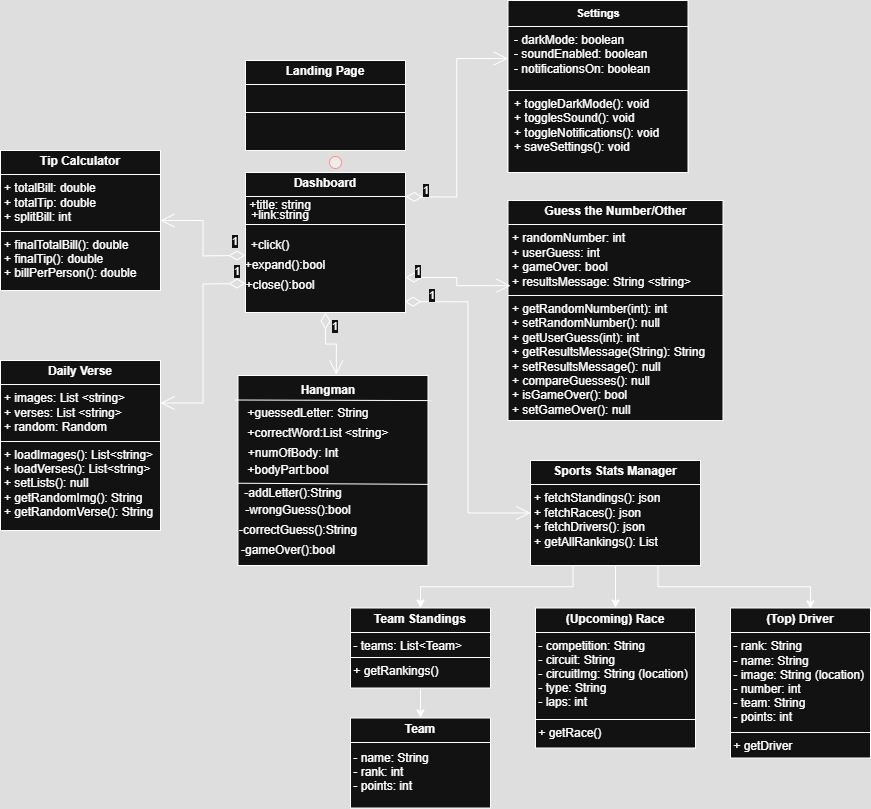
This is github_images/UML_Final_Project.png from aoverko/Software-Engineering-Final, a draw.io export, as it was before one commit. Source tidied: cells renumbered, new cells last; positions are measured from the earlier drawing's top-left corner, leaving out a move shared by most shapes.
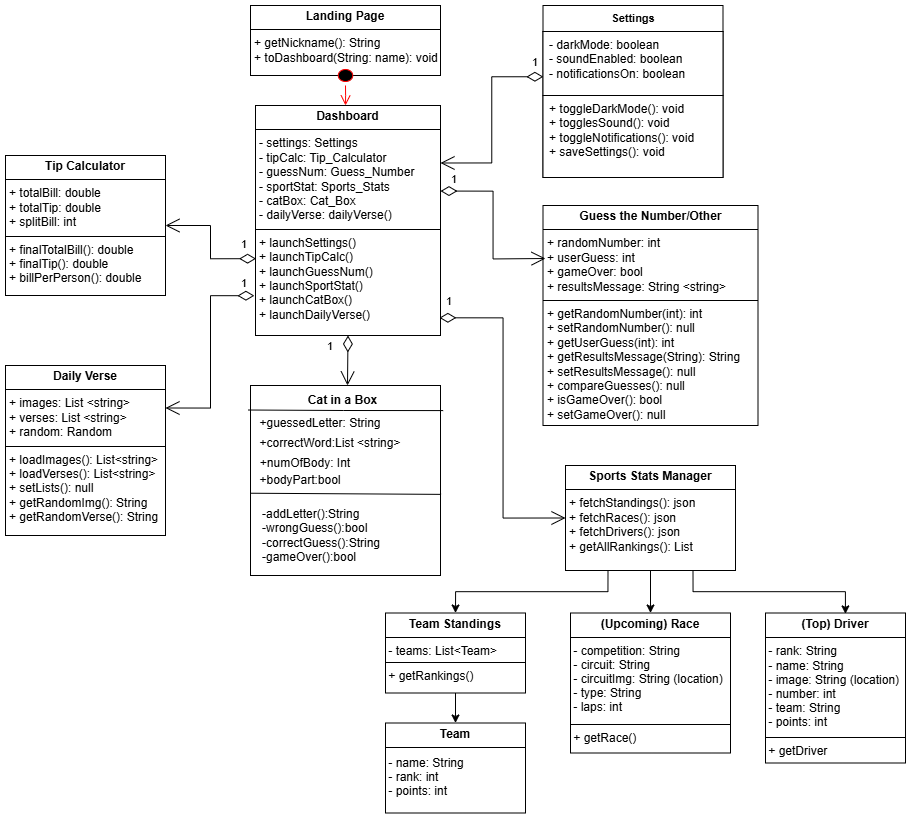
After the change.

Diff of the diagram source:
```diff
@@ -3,16 +3,16 @@
     <mxCell id="0" />
     <mxCell id="1" parent="0" />
     <mxCell id="2" style="ellipse;html=1;shape=startState;fillColor=#000000;strokeColor=#ff0000;" parent="1" vertex="1">
-      <mxGeometry x="325" y="152" width="20" height="20" as="geometry" />
+      <mxGeometry x="315" y="140" width="20" height="20" as="geometry" />
     </mxCell>
     <mxCell id="3" style="edgeStyle=orthogonalEdgeStyle;html=1;verticalAlign=bottom;endArrow=open;endSize=8;strokeColor=#ff0000;rounded=0;entryX=0.5;entryY=0;entryDx=0;entryDy=0;exitX=0.5;exitY=1;exitDx=0;exitDy=0;" parent="1" edge="1" source="2" target="37">
       <mxGeometry relative="1" as="geometry" />
     </mxCell>
     <mxCell id="4" value="&lt;p style=&quot;margin:0px;margin-top:4px;text-align:center;&quot;&gt;&lt;b&gt;Tip Calculator&lt;/b&gt;&lt;/p&gt;&lt;hr size=&quot;1&quot; style=&quot;border-style:solid;&quot;&gt;&lt;p style=&quot;margin:0px;margin-left:4px;&quot;&gt;+ totalBill: double&lt;/p&gt;&lt;p style=&quot;margin:0px;margin-left:4px;&quot;&gt;+ totalTip: double&lt;/p&gt;&lt;p style=&quot;margin:0px;margin-left:4px;&quot;&gt;+ splitBill: int&lt;/p&gt;&lt;hr size=&quot;1&quot; style=&quot;border-style:solid;&quot;&gt;&lt;p style=&quot;margin:0px;margin-left:4px;&quot;&gt;+ finalTotalBill(): double&lt;/p&gt;&lt;p style=&quot;margin:0px;margin-left:4px;&quot;&gt;+ finalTip(): double&lt;/p&gt;&lt;p style=&quot;margin:0px;margin-left:4px;&quot;&gt;+ billPerPerson(): double&lt;/p&gt;" style="verticalAlign=top;align=left;overflow=fill;html=1;whiteSpace=wrap;" parent="1" vertex="1">
-      <mxGeometry y="150" width="160" height="140" as="geometry" />
+      <mxGeometry x="-30" y="150" width="160" height="140" as="geometry" />
     </mxCell>
     <mxCell id="5" value="&lt;p style=&quot;margin:0px;margin-top:4px;text-align:center;&quot;&gt;&lt;b&gt;Daily Verse&lt;/b&gt;&lt;/p&gt;&lt;hr size=&quot;1&quot; style=&quot;border-style:solid;&quot;&gt;&lt;p style=&quot;margin:0px;margin-left:4px;&quot;&gt;+ images: List &amp;lt;string&amp;gt;&lt;/p&gt;&lt;p style=&quot;margin:0px;margin-left:4px;&quot;&gt;+ verses: List &amp;lt;string&amp;gt;&lt;/p&gt;&lt;p style=&quot;margin:0px;margin-left:4px;&quot;&gt;+ random: Random&lt;/p&gt;&lt;hr size=&quot;1&quot; style=&quot;border-style:solid;&quot;&gt;&lt;p style=&quot;margin:0px;margin-left:4px;&quot;&gt;+ loadImages(): List&amp;lt;string&amp;gt;&lt;/p&gt;&lt;p style=&quot;margin:0px;margin-left:4px;&quot;&gt;+ loadVerses(): List&amp;lt;string&amp;gt;&lt;/p&gt;&lt;p style=&quot;margin:0px;margin-left:4px;&quot;&gt;+ setLists(): null&lt;/p&gt;&lt;p style=&quot;margin:0px;margin-left:4px;&quot;&gt;+ getRandomImg(): String&lt;/p&gt;&lt;p style=&quot;margin:0px;margin-left:4px;&quot;&gt;+ getRandomVerse(): String&lt;/p&gt;" style="verticalAlign=top;align=left;overflow=fill;html=1;whiteSpace=wrap;" parent="1" vertex="1">
-      <mxGeometry y="360" width="160" height="170" as="geometry" />
+      <mxGeometry x="-30" y="360" width="160" height="170" as="geometry" />
     </mxCell>
     <mxCell id="6" value="&lt;p style=&quot;margin:0px;margin-top:4px;text-align:center;&quot;&gt;&lt;b&gt;Sports Stats Manager&lt;/b&gt;&lt;/p&gt;&lt;hr size=&quot;1&quot; style=&quot;border-style:solid;&quot;&gt;&lt;p style=&quot;margin:0px;margin-left:4px;&quot;&gt;&lt;span style=&quot;background-color: transparent; color: light-dark(rgb(0, 0, 0), rgb(255, 255, 255));&quot;&gt;+ fetchStandings(): json&lt;/span&gt;&lt;/p&gt;&lt;p style=&quot;margin:0px;margin-left:4px;&quot;&gt;&lt;span style=&quot;background-color: transparent; color: light-dark(rgb(0, 0, 0), rgb(255, 255, 255));&quot;&gt;+ fetchRaces(): json&lt;/span&gt;&lt;/p&gt;&lt;p style=&quot;margin:0px;margin-left:4px;&quot;&gt;&lt;span style=&quot;background-color: transparent; color: light-dark(rgb(0, 0, 0), rgb(255, 255, 255));&quot;&gt;+ fetchDrivers(): json&lt;/span&gt;&lt;/p&gt;&lt;p style=&quot;margin:0px;margin-left:4px;&quot;&gt;&lt;span style=&quot;background-color: transparent; color: light-dark(rgb(0, 0, 0), rgb(255, 255, 255));&quot;&gt;+ getAllRankings(): List&lt;/span&gt;&lt;/p&gt;" style="verticalAlign=top;align=left;overflow=fill;html=1;whiteSpace=wrap;" parent="1" vertex="1">
       <mxGeometry x="530" y="460" width="170" height="105" as="geometry" />
@@ -20,26 +20,14 @@
     <mxCell id="7" value="&lt;p style=&quot;margin:0px;margin-top:4px;text-align:center;&quot;&gt;&lt;b&gt;Guess the Number/Other&lt;/b&gt;&lt;/p&gt;&lt;hr size=&quot;1&quot; style=&quot;border-style:solid;&quot;&gt;&lt;p style=&quot;margin:0px;margin-left:4px;&quot;&gt;+ randomNumber: int&lt;/p&gt;&lt;p style=&quot;margin:0px;margin-left:4px;&quot;&gt;+ userGuess: int&lt;/p&gt;&lt;p style=&quot;margin:0px;margin-left:4px;&quot;&gt;+ gameOver: bool&lt;br&gt;&lt;/p&gt;&lt;p style=&quot;margin:0px;margin-left:4px;&quot;&gt;+ resultsMessage: String &amp;lt;string&amp;gt;&lt;/p&gt;&lt;hr size=&quot;1&quot; style=&quot;border-style:solid;&quot;&gt;&lt;p style=&quot;margin:0px;margin-left:4px;&quot;&gt;+ getRandomNumber(int): int&lt;/p&gt;&lt;p style=&quot;margin:0px;margin-left:4px;&quot;&gt;+ setRandomNumber(): null&lt;/p&gt;&lt;p style=&quot;margin:0px;margin-left:4px;&quot;&gt;+ getUserGuess(int): int&lt;/p&gt;&lt;p style=&quot;margin:0px;margin-left:4px;&quot;&gt;+ getResultsMessage(String): String&lt;/p&gt;&lt;p style=&quot;margin:0px;margin-left:4px;&quot;&gt;+ setResultsMessage(): null&lt;/p&gt;&lt;p style=&quot;margin:0px;margin-left:4px;&quot;&gt;+ compareGuesses(): null&lt;/p&gt;&lt;p style=&quot;margin:0px;margin-left:4px;&quot;&gt;+ isGameOver(): bool&lt;/p&gt;&lt;p style=&quot;margin:0px;margin-left:4px;&quot;&gt;+ setGameOver(): null&lt;/p&gt;" style="verticalAlign=top;align=left;overflow=fill;html=1;whiteSpace=wrap;" parent="1" vertex="1">
       <mxGeometry x="507.5" y="200" width="215" height="220" as="geometry" />
     </mxCell>
-    <mxCell id="8" value="1" style="endArrow=open;html=1;endSize=12;startArrow=diamondThin;startSize=14;startFill=0;edgeStyle=orthogonalEdgeStyle;align=left;verticalAlign=bottom;rounded=0;entryX=1.006;entryY=0.152;entryDx=0;entryDy=0;entryPerimeter=0;exitX=0.002;exitY=0.707;exitDx=0;exitDy=0;exitPerimeter=0;" parent="1" edge="1" source="21" target="36">
+    <mxCell id="8" value="1" style="endArrow=open;html=1;endSize=12;startArrow=diamondThin;startSize=14;startFill=0;edgeStyle=orthogonalEdgeStyle;align=left;verticalAlign=bottom;rounded=0;entryX=1;entryY=0.25;entryDx=0;entryDy=0;exitX=0.002;exitY=0.707;exitDx=0;exitDy=0;exitPerimeter=0;" parent="1" edge="1" source="21" target="37">
       <mxGeometry x="-0.86" y="-5" relative="1" as="geometry" />
     </mxCell>
-    <mxCell id="9" value="1" style="endArrow=open;html=1;endSize=12;startArrow=diamondThin;startSize=14;startFill=0;edgeStyle=orthogonalEdgeStyle;align=left;verticalAlign=bottom;rounded=0;entryX=0;entryY=0.25;entryDx=0;entryDy=0;exitX=0.99;exitY=0.697;exitDx=0;exitDy=0;exitPerimeter=0;" parent="1" edge="1" source="37" target="6">
-      <mxGeometry x="-0.96" y="3" relative="1" as="geometry">
-        <Array as="points">
-          <mxPoint x="450" y="283" />
-          <mxPoint x="450" y="486" />
-        </Array>
-      </mxGeometry>
-    </mxCell>
-    <mxCell id="10" value="1" style="endArrow=open;html=1;endSize=12;startArrow=diamondThin;startSize=14;startFill=0;edgeStyle=orthogonalEdgeStyle;align=left;verticalAlign=bottom;rounded=0;exitX=0;exitY=0.5;exitDx=0;exitDy=0;entryX=1;entryY=0.25;entryDx=0;entryDy=0;" parent="1" edge="1" target="5">
-      <mxGeometry x="-0.86" y="-3" relative="1" as="geometry">
-        <mxPoint x="245" y="283" as="sourcePoint" />
-      </mxGeometry>
+    <mxCell id="10" value="1" style="endArrow=open;html=1;endSize=12;startArrow=diamondThin;startSize=14;startFill=0;edgeStyle=orthogonalEdgeStyle;align=left;verticalAlign=bottom;rounded=0;exitX=-0.006;exitY=0.827;exitDx=0;exitDy=0;entryX=1;entryY=0.25;entryDx=0;entryDy=0;exitPerimeter=0;" parent="1" edge="1" source="37" target="5">
+      <mxGeometry x="-0.86" y="-3" relative="1" as="geometry" />
     </mxCell>
-    <mxCell id="11" value="1" style="endArrow=open;html=1;endSize=12;startArrow=diamondThin;startSize=14;startFill=0;edgeStyle=orthogonalEdgeStyle;align=left;verticalAlign=bottom;rounded=0;exitX=0;exitY=0.728;exitDx=0;exitDy=0;entryX=1;entryY=0.5;entryDx=0;entryDy=0;exitPerimeter=0;" parent="1" edge="1" target="4">
-      <mxGeometry x="-0.75" y="-5" relative="1" as="geometry">
-        <mxPoint x="245" y="254.9" as="sourcePoint" />
-      </mxGeometry>
+    <mxCell id="11" value="1" style="endArrow=open;html=1;endSize=12;startArrow=diamondThin;startSize=14;startFill=0;edgeStyle=orthogonalEdgeStyle;align=left;verticalAlign=bottom;rounded=0;exitX=0.003;exitY=0.666;exitDx=0;exitDy=0;entryX=1;entryY=0.5;entryDx=0;entryDy=0;exitPerimeter=0;" parent="1" edge="1" source="37" target="4">
+      <mxGeometry x="-0.75" y="-5" relative="1" as="geometry" />
     </mxCell>
     <mxCell id="12" style="edgeStyle=orthogonalEdgeStyle;rounded=0;jettySize=auto;html=1;exitX=0.5;exitY=1;exitDx=0;exitDy=0;entryX=0.5;entryY=0;entryDx=0;entryDy=0;" parent="1" edge="1" source="13" target="19">
       <mxGeometry relative="1" as="geometry" />
@@ -75,13 +63,13 @@
       <mxGeometry y="90" width="180" height="82" as="geometry" />
     </mxCell>
     <mxCell id="23" style="group;" parent="1" vertex="1">
-      <mxGeometry x="222.5" y="375" width="205" height="190" as="geometry" />
+      <mxGeometry x="200" y="380" width="205" height="190" as="geometry" />
     </mxCell>
     <mxCell id="24" style="whiteSpace=wrap;html=1;" parent="23" vertex="1">
       <mxGeometry x="15" width="190" height="190" as="geometry" />
     </mxCell>
-    <mxCell id="25" value="&lt;b&gt;Hangman&lt;/b&gt;" style="text;strokeColor=none;align=center;fillColor=none;html=1;verticalAlign=middle;whiteSpace=wrap;rounded=0;" parent="23" vertex="1">
-      <mxGeometry x="75" width="60" height="30" as="geometry" />
+    <mxCell id="25" value="&lt;b&gt;Cat in a Box&lt;/b&gt;" style="text;strokeColor=none;align=center;fillColor=none;html=1;verticalAlign=middle;whiteSpace=wrap;rounded=0;" parent="23" vertex="1">
+      <mxGeometry x="65" width="85" height="30" as="geometry" />
     </mxCell>
     <mxCell id="26" value="+guessedLetter: String" style="text;html=1;align=center;verticalAlign=middle;whiteSpace=wrap;rounded=0;" parent="23" vertex="1">
       <mxGeometry x="20" y="22.5" width="130" height="30" as="geometry" />
@@ -89,67 +77,51 @@
     <mxCell id="27" value="+correctWord:List &amp;lt;string&amp;gt;" style="text;html=1;align=center;verticalAlign=middle;whiteSpace=wrap;rounded=0;" parent="23" vertex="1">
       <mxGeometry x="15" y="42.5" width="160" height="30" as="geometry" />
     </mxCell>
-    <mxCell id="28" value="-addLetter():String" style="text;html=1;align=center;verticalAlign=middle;whiteSpace=wrap;rounded=0;" parent="23" vertex="1">
-      <mxGeometry y="102.5" width="140" height="30" as="geometry" />
+    <mxCell id="28" value="-addLetter():String&lt;div&gt;-wrongGuess():bool&lt;/div&gt;&lt;div&gt;&lt;span style=&quot;text-align: center;&quot;&gt;-correctGuess():String&lt;/span&gt;&lt;/div&gt;&lt;div&gt;&lt;span style=&quot;text-align: center;&quot;&gt;-gameOver():bool&lt;/span&gt;&lt;span style=&quot;text-align: center;&quot;&gt;&lt;/span&gt;&lt;/div&gt;" style="text;html=1;align=left;verticalAlign=middle;whiteSpace=wrap;rounded=0;" parent="23" vertex="1">
+      <mxGeometry x="25" y="135" width="140" height="30" as="geometry" />
     </mxCell>
     <mxCell id="29" value="+numOfBody: Int" style="text;html=1;align=center;verticalAlign=middle;whiteSpace=wrap;rounded=0;" parent="23" vertex="1">
       <mxGeometry x="15" y="62.5" width="110" height="30" as="geometry" />
     </mxCell>
-    <mxCell id="30" value="-wrongGuess():bool" style="text;html=1;align=center;verticalAlign=middle;whiteSpace=wrap;rounded=0;" parent="23" vertex="1">
-      <mxGeometry y="120" width="150" height="30" as="geometry" />
-    </mxCell>
-    <mxCell id="31" value="-correctGuess():String" style="text;html=1;align=center;verticalAlign=middle;whiteSpace=wrap;rounded=0;" parent="23" vertex="1">
-      <mxGeometry y="140" width="150" height="30" as="geometry" />
-    </mxCell>
     <mxCell id="32" value="+bodyPart:bool" style="text;html=1;align=center;verticalAlign=middle;whiteSpace=wrap;rounded=0;" parent="23" vertex="1">
       <mxGeometry x="35" y="80" width="60" height="30" as="geometry" />
     </mxCell>
     <mxCell id="33" style="endArrow=none;html=1;rounded=0;entryX=1.014;entryY=0.132;entryDx=0;entryDy=0;entryPerimeter=0;exitX=-0.013;exitY=0.129;exitDx=0;exitDy=0;exitPerimeter=0;" parent="23" edge="1" source="24" target="24">
-      <mxGeometry relative="1" as="geometry" />
+      <mxGeometry relative="1" as="geometry">
+        <Array as="points">
+          <mxPoint x="108" y="25" />
+        </Array>
+      </mxGeometry>
     </mxCell>
     <mxCell id="34" style="endArrow=none;html=1;rounded=0;entryX=1.003;entryY=0.573;entryDx=0;entryDy=0;exitX=0.001;exitY=0.567;exitDx=0;exitDy=0;exitPerimeter=0;entryPerimeter=0;" parent="23" edge="1" source="24" target="24">
       <mxGeometry relative="1" as="geometry" />
     </mxCell>
-    <mxCell id="35" value="-gameOver():bool" style="text;html=1;align=center;verticalAlign=middle;whiteSpace=wrap;rounded=0;" parent="23" vertex="1">
-      <mxGeometry x="15" y="160" width="100" height="30" as="geometry" />
-    </mxCell>
-    <mxCell id="36" value="&lt;p style=&quot;margin:0px;margin-top:4px;text-align:center;&quot;&gt;&lt;b&gt;Landing Page&lt;/b&gt;&lt;/p&gt;&lt;hr size=&quot;1&quot; style=&quot;border-style:solid;&quot;&gt;&lt;p style=&quot;margin:0px;margin-left:4px;&quot;&gt;&lt;br&gt;&lt;/p&gt;&lt;hr size=&quot;1&quot; style=&quot;border-style:solid;&quot;&gt;&lt;p style=&quot;margin:0px;margin-left:4px;&quot;&gt;&lt;br&gt;&lt;/p&gt;" style="verticalAlign=top;align=left;overflow=fill;html=1;whiteSpace=wrap;" parent="1" vertex="1">
-      <mxGeometry x="245" y="60" width="160" height="90" as="geometry" />
+    <mxCell id="36" value="&lt;p style=&quot;margin:0px;margin-top:4px;text-align:center;&quot;&gt;&lt;b&gt;Landing Page&lt;/b&gt;&lt;/p&gt;&lt;hr size=&quot;1&quot; style=&quot;border-style:solid;&quot;&gt;&lt;p style=&quot;margin:0px;margin-left:4px;&quot;&gt;&lt;/p&gt;&lt;p style=&quot;margin:0px;margin-left:4px;&quot;&gt;+ getNickname(): String&lt;/p&gt;&lt;p style=&quot;margin:0px;margin-left:4px;&quot;&gt;+ toDashboard(String: name): void&lt;/p&gt;" style="verticalAlign=top;align=left;overflow=fill;html=1;whiteSpace=wrap;" parent="1" vertex="1">
+      <mxGeometry x="215" width="190" height="70" as="geometry" />
     </mxCell>
-    <mxCell id="37" value="&lt;p style=&quot;margin:0px;margin-top:4px;text-align:center;&quot;&gt;&lt;b&gt;Dashboard&lt;/b&gt;&lt;/p&gt;&lt;hr size=&quot;1&quot; style=&quot;border-style:solid;&quot;&gt;&lt;p style=&quot;margin:0px;margin-left:4px;&quot;&gt;&lt;br&gt;&lt;/p&gt;&lt;hr size=&quot;1&quot; style=&quot;border-style:solid;&quot;&gt;&lt;p style=&quot;margin:0px;margin-left:4px;&quot;&gt;&lt;br&gt;&lt;/p&gt;" style="verticalAlign=top;align=left;overflow=fill;html=1;whiteSpace=wrap;" parent="1" vertex="1">
-      <mxGeometry x="245" y="172" width="160" height="140" as="geometry" />
+    <mxCell id="37" value="&lt;p style=&quot;margin:0px;margin-top:4px;text-align:center;&quot;&gt;&lt;b&gt;Dashboard&lt;/b&gt;&lt;/p&gt;&lt;hr size=&quot;1&quot; style=&quot;border-style:solid;&quot;&gt;&lt;p style=&quot;margin: 0px 0px 0px 4px;&quot;&gt;- settings: Settings&lt;/p&gt;&lt;p style=&quot;margin: 0px 0px 0px 4px;&quot;&gt;- tipCalc: Tip_Calculator&lt;/p&gt;&lt;p style=&quot;margin: 0px 0px 0px 4px;&quot;&gt;- guessNum: Guess_Number&lt;/p&gt;&lt;p style=&quot;margin: 0px 0px 0px 4px;&quot;&gt;- sportStat: Sports_Stats&lt;/p&gt;&lt;p style=&quot;margin: 0px 0px 0px 4px;&quot;&gt;- catBox: Cat_Box&lt;/p&gt;&lt;p style=&quot;margin: 0px 0px 0px 4px;&quot;&gt;- dailyVerse: dailyVerse()&lt;/p&gt;&lt;hr size=&quot;1&quot; style=&quot;border-style:solid;&quot;&gt;&lt;p style=&quot;margin:0px;margin-left:4px;&quot;&gt;+ launchSettings()&lt;/p&gt;&lt;p style=&quot;margin:0px;margin-left:4px;&quot;&gt;+ launchTipCalc()&lt;/p&gt;&lt;p style=&quot;margin:0px;margin-left:4px;&quot;&gt;+ launchGuessNum()&lt;/p&gt;&lt;p style=&quot;margin:0px;margin-left:4px;&quot;&gt;+ launchSportStat()&lt;/p&gt;&lt;p style=&quot;margin:0px;margin-left:4px;&quot;&gt;+ launchCatBox()&lt;/p&gt;&lt;p style=&quot;margin:0px;margin-left:4px;&quot;&gt;+ launchDailyVerse()&lt;/p&gt;" style="verticalAlign=top;align=left;overflow=fill;html=1;whiteSpace=wrap;" parent="1" vertex="1">
+      <mxGeometry x="220" y="100" width="185" height="230" as="geometry" />
     </mxCell>
-    <mxCell id="38" value="1" style="endArrow=open;html=1;endSize=12;startArrow=diamondThin;startSize=14;startFill=0;edgeStyle=orthogonalEdgeStyle;align=left;verticalAlign=bottom;rounded=0;exitX=0.5;exitY=1;exitDx=0;exitDy=0;entryX=0.639;entryY=-0.028;entryDx=0;entryDy=0;entryPerimeter=0;" parent="1" edge="1" source="37" target="25">
-      <mxGeometry x="-0.38" y="5" relative="1" as="geometry" />
+    <mxCell id="38" value="1" style="endArrow=open;html=1;endSize=12;startArrow=diamondThin;startSize=14;startFill=0;edgeStyle=orthogonalEdgeStyle;align=left;verticalAlign=bottom;rounded=0;exitX=0.5;exitY=1;exitDx=0;exitDy=0;" parent="1" edge="1" source="37">
+      <mxGeometry x="-0.19" y="-22" relative="1" as="geometry">
+        <mxPoint x="312" y="380" as="targetPoint" />
+      </mxGeometry>
     </mxCell>
     <mxCell id="39" value="1" style="endArrow=open;html=1;endSize=12;startArrow=diamondThin;startSize=14;startFill=0;edgeStyle=orthogonalEdgeStyle;align=left;verticalAlign=bottom;rounded=0;exitX=1;exitY=0.372;exitDx=0;exitDy=0;exitPerimeter=0;" parent="1" edge="1" source="37">
       <mxGeometry x="-0.89" y="3" relative="1" as="geometry">
         <mxPoint x="510" y="253" as="targetPoint" />
       </mxGeometry>
     </mxCell>
-    <mxCell id="40" value="+click()" style="text;html=1;align=center;verticalAlign=middle;whiteSpace=wrap;rounded=0;" parent="1" vertex="1">
-      <mxGeometry x="240" y="230" width="60" height="30" as="geometry" />
-    </mxCell>
-    <mxCell id="41" value="+title: string" style="text;html=1;align=center;verticalAlign=middle;whiteSpace=wrap;rounded=0;" parent="1" vertex="1">
-      <mxGeometry x="240" y="190" width="80" height="30" as="geometry" />
-    </mxCell>
-    <mxCell id="42" value="+expand():bool" style="text;html=1;align=center;verticalAlign=middle;whiteSpace=wrap;rounded=0;" parent="1" vertex="1">
-      <mxGeometry x="250" y="250" width="70" height="30" as="geometry" />
-    </mxCell>
-    <mxCell id="43" value="+close():bool" style="text;html=1;align=center;verticalAlign=middle;whiteSpace=wrap;rounded=0;" parent="1" vertex="1">
-      <mxGeometry x="250" y="270" width="60" height="30" as="geometry" />
-    </mxCell>
-    <mxCell id="44" value="1" style="endArrow=open;html=1;endSize=12;startArrow=diamondThin;startSize=14;startFill=0;edgeStyle=orthogonalEdgeStyle;align=left;verticalAlign=bottom;rounded=0;exitX=1;exitY=0.75;exitDx=0;exitDy=0;entryX=0.012;entryY=0.387;entryDx=0;entryDy=0;entryPerimeter=0;" parent="1" edge="1" source="37" target="7">
-      <mxGeometry x="-0.86" y="-3" relative="1" as="geometry" />
-    </mxCell>
-    <mxCell id="45" value="1" style="endArrow=open;html=1;endSize=12;startArrow=diamondThin;startSize=14;startFill=0;edgeStyle=orthogonalEdgeStyle;align=left;verticalAlign=bottom;rounded=0;exitX=1.002;exitY=0.174;exitDx=0;exitDy=0;exitPerimeter=0;entryX=0;entryY=0.5;entryDx=0;entryDy=0;" parent="1" edge="1" source="37" target="21">
-      <mxGeometry x="-0.86" y="-3" relative="1" as="geometry" />
-    </mxCell>
     <mxCell id="46" value="1" style="endArrow=open;html=1;endSize=12;startArrow=diamondThin;startSize=14;startFill=0;edgeStyle=orthogonalEdgeStyle;align=left;verticalAlign=bottom;rounded=0;exitX=0.994;exitY=0.923;exitDx=0;exitDy=0;exitPerimeter=0;entryX=0;entryY=0.5;entryDx=0;entryDy=0;" parent="1" edge="1" source="37" target="6">
-      <mxGeometry x="-0.86" y="-3" relative="1" as="geometry" />
+      <mxGeometry x="-0.96" y="7" relative="1" as="geometry" />
     </mxCell>
-    <mxCell id="47" value="+link:string" style="text;html=1;align=center;verticalAlign=middle;whiteSpace=wrap;rounded=0;" parent="1" vertex="1">
-      <mxGeometry x="240" y="200" width="80" height="30" as="geometry" />
-    </mxCell>
+    <mxCell id="48" style="ellipse;html=1;shape=startState;fillColor=#000000;strokeColor=#ff0000;" parent="1" vertex="1">
+      <mxGeometry x="298.8" y="60" width="22.5" height="20" as="geometry" />
+    </mxCell>
+    <mxCell id="49" style="edgeStyle=orthogonalEdgeStyle;html=1;verticalAlign=bottom;endArrow=open;endSize=8;strokeColor=#ff0000;rounded=0;" parent="1" edge="1" source="48">
+      <mxGeometry relative="1" as="geometry">
+        <mxPoint x="310" y="100" as="targetPoint" />
+      </mxGeometry>
+    </mxCell>
   </root>
 </mxGraphModel>
```
